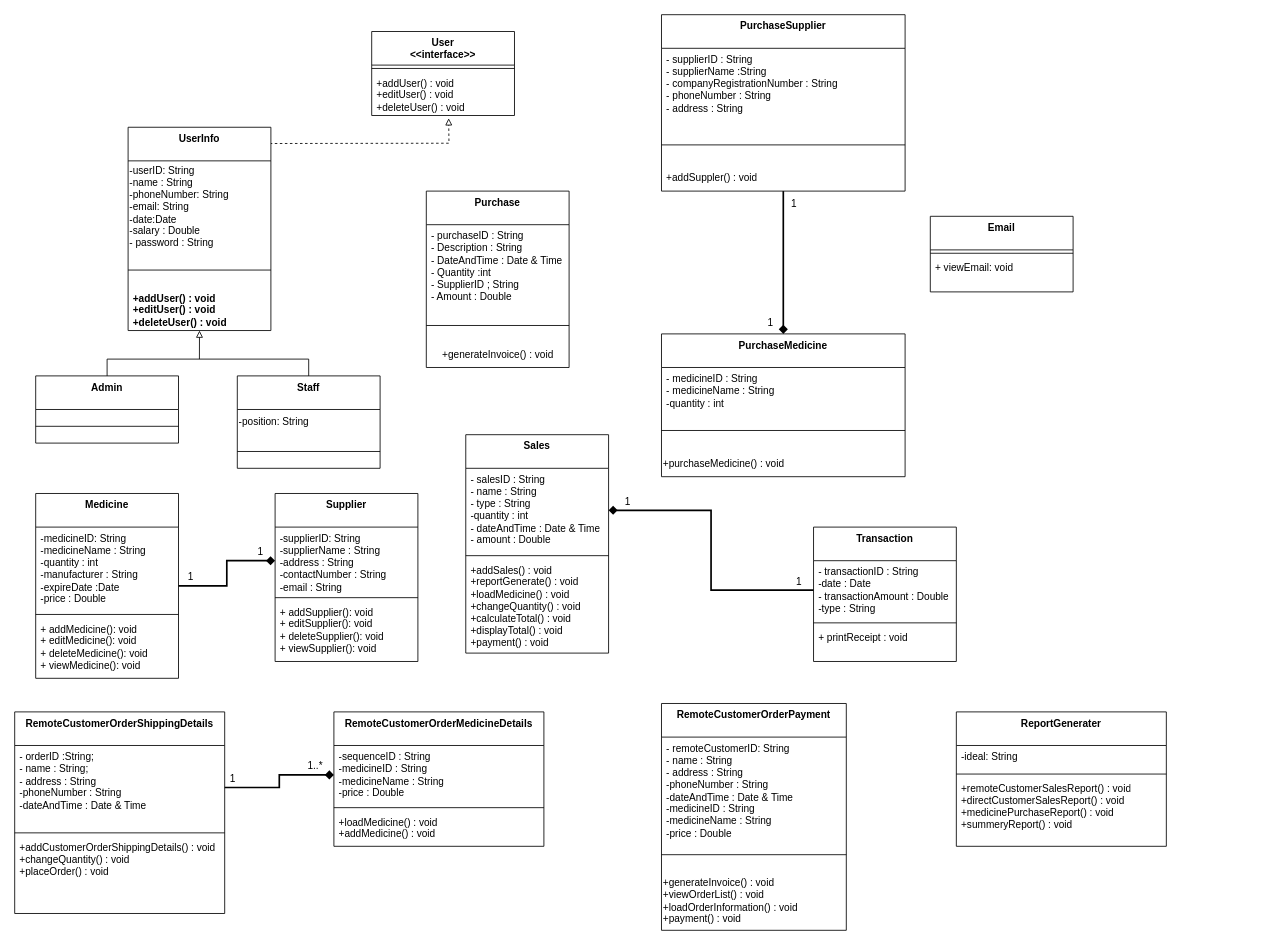
Before: Doc/Class Diagram/New-Class-Diagram.drawio in ChandimalPriyamantha/Pharmacy_Shop_Management_System, a draw.io diagram. Source tidied: cells renumbered, new cells numbered last; positions are measured from the earlier drawing's top-left corner, leaving out a move shared by most shapes. Both pictures are drawn from the tidied source at 84%, with x=0, y=0 at pixel (14, 14).
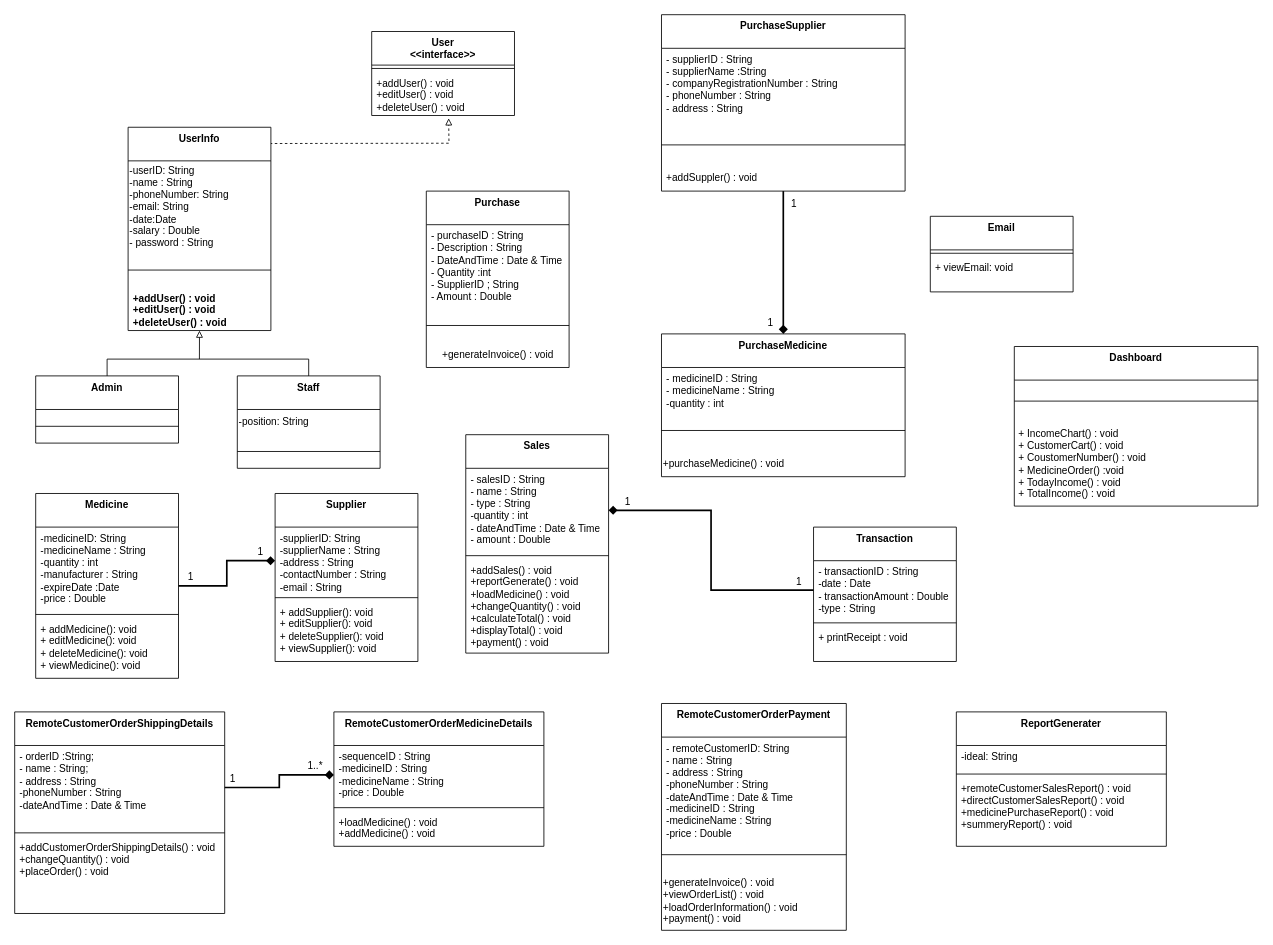
Above is the later version.

Change to the diagram source:
```diff
@@
+    <mxCell id="76" value="Dashboard" style="swimlane;fontStyle=1;align=center;verticalAlign=top;horizontal=1;startSize=40;whiteSpace=wrap;html=1;" parent="1" vertex="1">
+      <mxGeometry x="1190" y="395" width="290" height="190" as="geometry" />
+    </mxCell>
+    <mxCell id="77" style="line;strokeWidth=1;fillColor=none;align=left;verticalAlign=middle;spacingTop=-1;spacingLeft=3;spacingRight=3;labelPosition=right;strokeColor=inherit;" parent="76" vertex="1">
+      <mxGeometry y="40" width="290" height="50" as="geometry" />
+    </mxCell>
+    <mxCell id="78" value="&amp;nbsp;+ IncomeChart() : void&lt;br&gt;&amp;nbsp;+&amp;nbsp;CustomerCart() : void&lt;br&gt;&amp;nbsp;+&amp;nbsp;CoustomerNumber() : void&lt;br&gt;&amp;nbsp;+&amp;nbsp;MedicineOrder() :void&lt;br&gt;&amp;nbsp;+&amp;nbsp;TodayIncome() : void&lt;br&gt;&amp;nbsp;+&amp;nbsp;TotalIncome() : void" style="text;html=1;align=left;verticalAlign=middle;strokeColor=none;fillColor=none;" parent="76" vertex="1">
+      <mxGeometry y="90" width="290" height="100" as="geometry" />
+    </mxCell>
```
